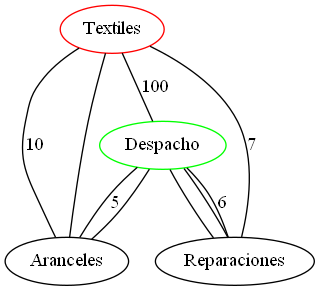
The Graphviz diagram Cliente/src/assets/arboles/grafo.png in RojasCJP/EDD_VirtualMall_201900289, before a commit. Its source is kept beside it as Cliente/src/assets/graphviz/grafo.dot.
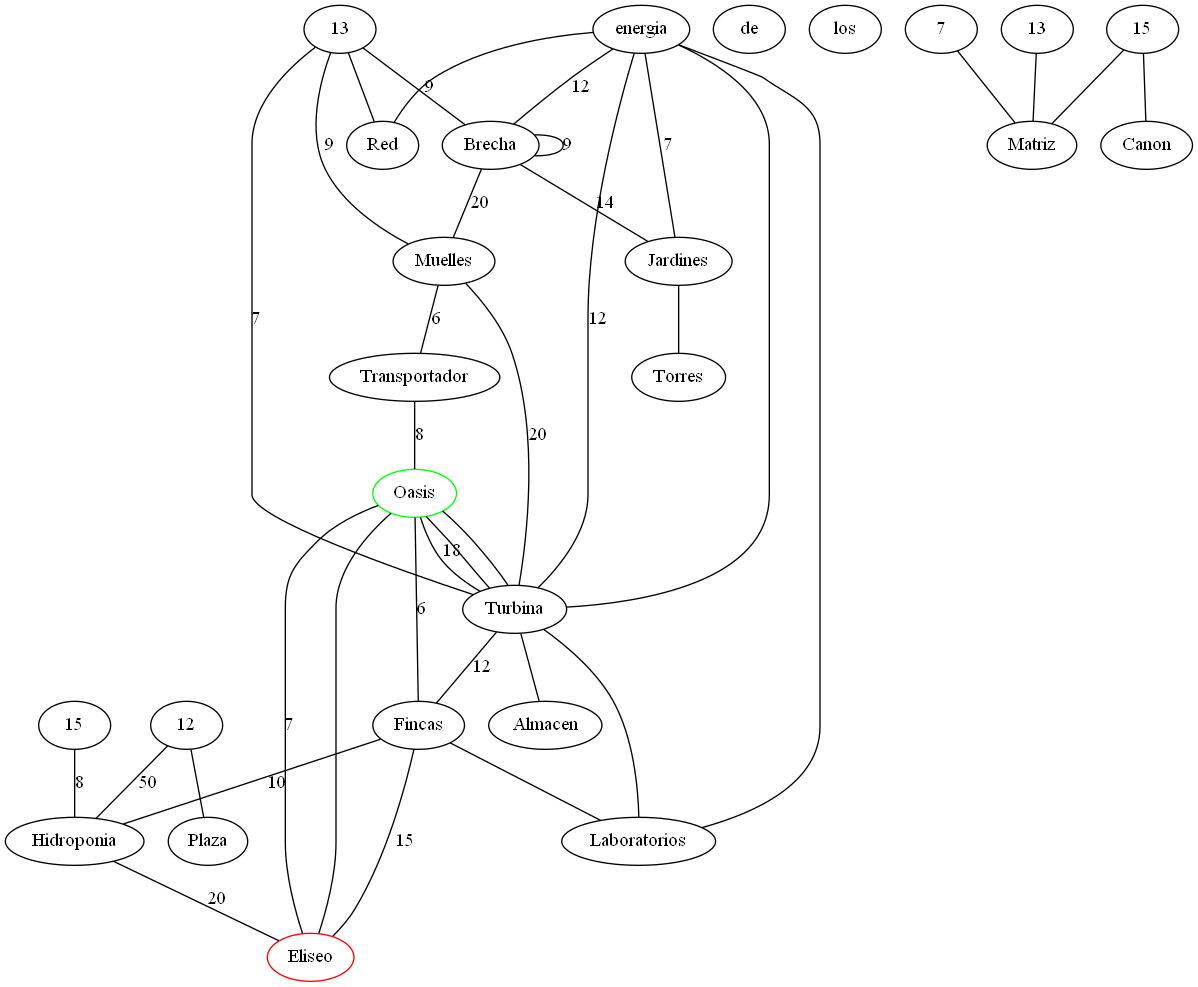
The same diagram one commit later.

What changed in the source:
```diff
@@ -1,13 +1,41 @@
 graph grafo{
-Textiles [color="red"];
-Despacho [color="green"];
-Aranceles--Despacho [label="5"];
-Textiles--Despacho [label="100"];
-Textiles--Aranceles [label="10"];
-Reparaciones--Despacho [label="6"];
-Reparaciones--Textiles [label="7"];
-Aranceles--Textiles;
-Reparaciones--Despacho;
-Despacho--Aranceles;
-Despacho--Reparaciones;
+Eliseo[color="red"];
+Oasis[color="green"];
+Hidroponia--Eliseo[label="20"];
+Plazadelosbonsais--Hidroponia[label="8"];
+Matrizsolar--Hidroponia[label="50"];
+Matrizsolar--Plazadelosbonsais[label="15"];
+Canonorbital--Matrizsolar[label="7"];
+Torresdecultivo--Matrizsolar[label="20"];
+Torresdecultivo--Canonorbital[label="7"];
+Jardines--Torresdecultivo[label="15"];
+LaboratoriosHammond--Matrizsolar[label="12"];
+Fincas--Eliseo[label="15"];
+Fincas--Hidroponia[label="10"];
+Fincas--LaboratoriosHammond[label="14"];
+Oasis--Eliseo[label="7"];
+Oasis--Fincas[label="6"];
+Turbina--LaboratoriosHammond[label="10"];
+Turbina--Fincas[label="12"];
+Turbina--Oasis[label="18"];
+Transportador--Oasis[label="8"];
+Muelles--Turbina[label="20"];
+Muelles--Transportador[label="6"];
+Brecha--Jardines[label="14"];
+Brecha--Muelles[label="20"];
+Brecha--Brecha[label="9"];
+Redelectrica--Brecha[label="9"];
+Redelectrica--Turbina[label="7"];
+Redelectrica--Muelles[label="9"];
+Redelectrica--Redelectrica[label="13"];
+Almacendeenergia--Redelectrica[label="13"];
+Almacendeenergia--Jardines[label="7"];
+Almacendeenergia--LaboratoriosHammond[label="13"];
+Almacendeenergia--Turbina[label="12"];
+Almacendeenergia--Brecha[label="12"];
+Almacendeenergia--Turbina;
+Turbina--Oasis;
+Oasis--Eliseo;
+Oasis--Turbina;
+Turbina--Almacendeenergia;
 }
```
